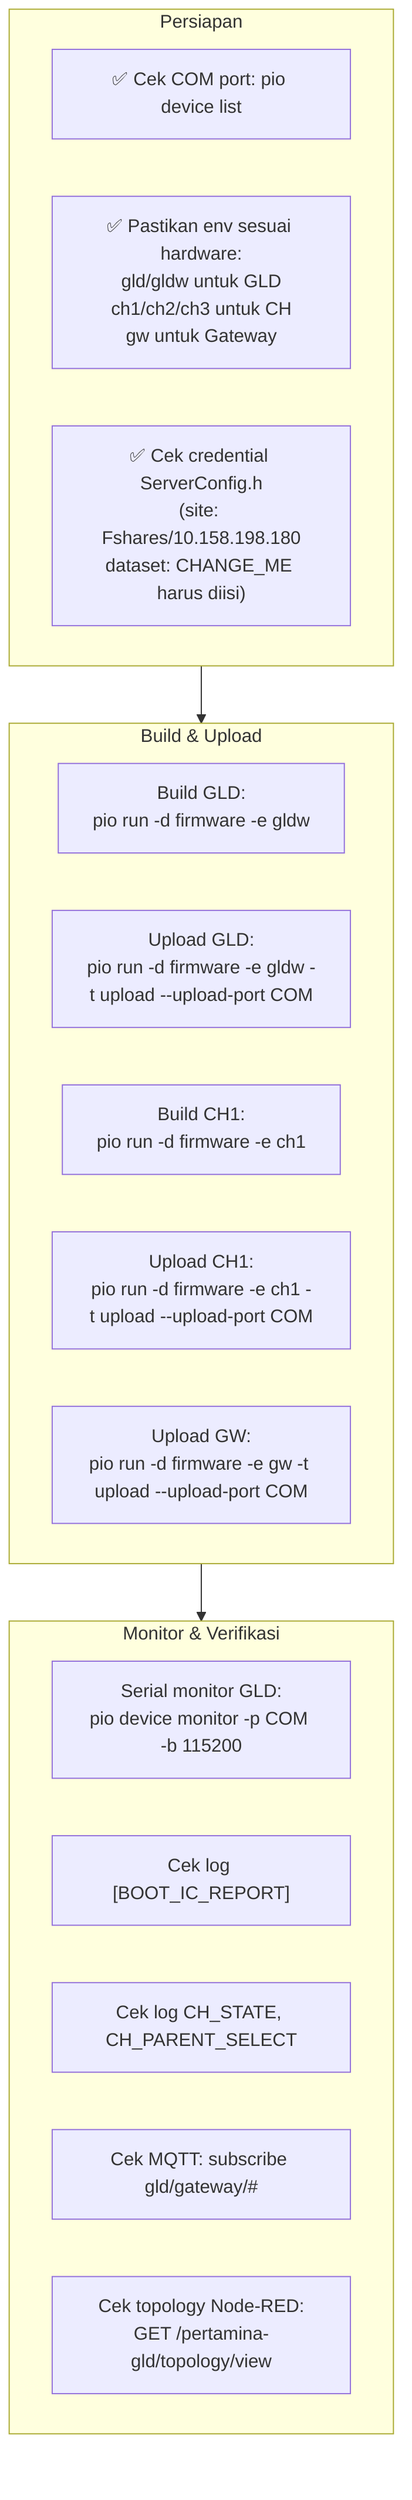
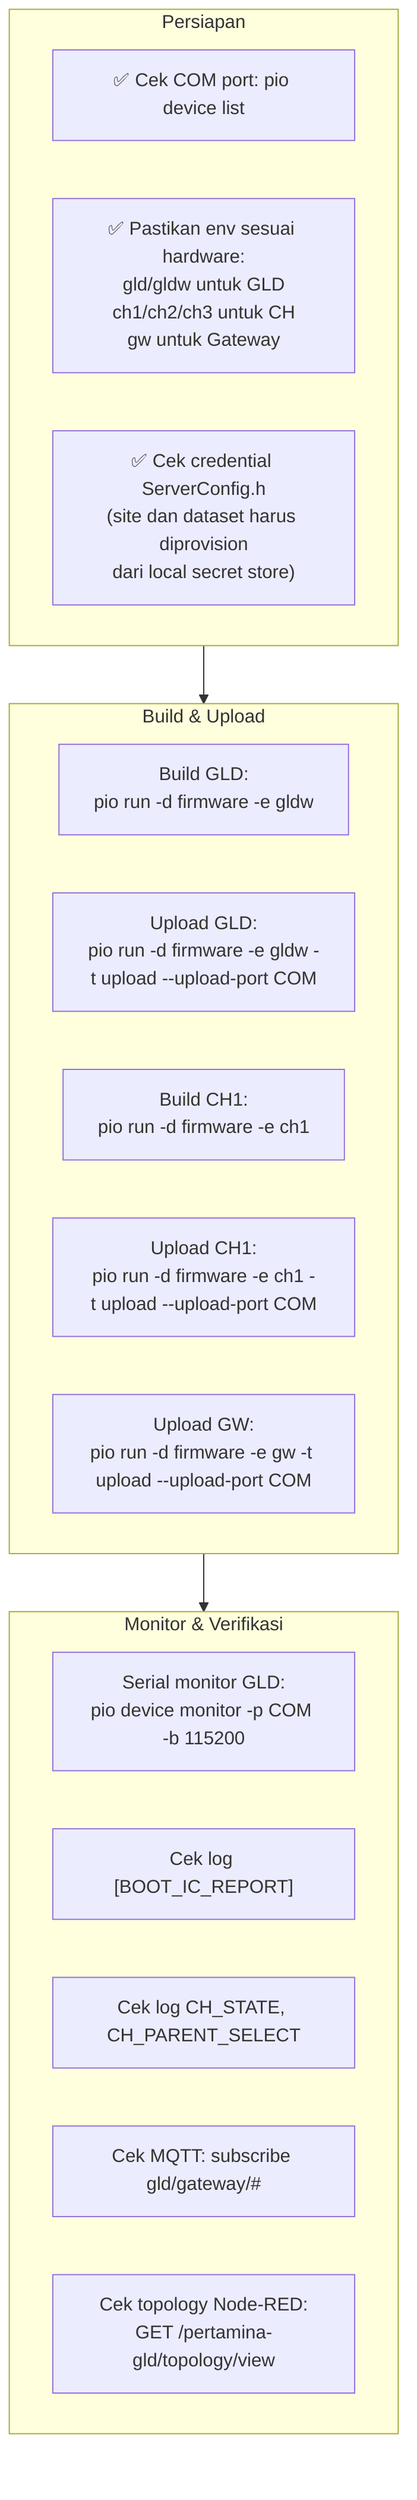
flowchart TD
    subgraph PRE["Persiapan"]
        P1["✅ Cek COM port: pio device list"]
        P2["✅ Pastikan env sesuai hardware:\ngld/gldw untuk GLD\nch1/ch2/ch3 untuk CH\ngw untuk Gateway"]
-         P3["✅ Cek credential ServerConfig.h\n(site: Fshares/10.158.198.180\ndataset: CHANGE_ME harus diisi)"]
+         P3["✅ Cek credential ServerConfig.h\n(site dan dataset harus diprovision\ndari local secret store)"]
    end

    subgraph BUILD["Build & Upload"]
        B1["Build GLD:\npio run -d firmware -e gldw"]
        B2["Upload GLD:\npio run -d firmware -e gldw -t upload --upload-port COM<X>"]
        B3["Build CH1:\npio run -d firmware -e ch1"]
        B4["Upload CH1:\npio run -d firmware -e ch1 -t upload --upload-port COM<Y>"]
        B5["Upload GW:\npio run -d firmware -e gw -t upload --upload-port COM<Z>"]
    end

    subgraph MONITOR["Monitor & Verifikasi"]
        M1["Serial monitor GLD:\npio device monitor -p COM<X> -b 115200"]
        M2["Cek log [BOOT_IC_REPORT]"]
        M3["Cek log CH_STATE, CH_PARENT_SELECT"]
        M4["Cek MQTT: subscribe gld/gateway/#"]
        M5["Cek topology Node-RED:\nGET /pertamina-gld/topology/view"]
    end

-     PRE --> BUILD --> MONITOR+     PRE --> BUILD --> MONITOR
